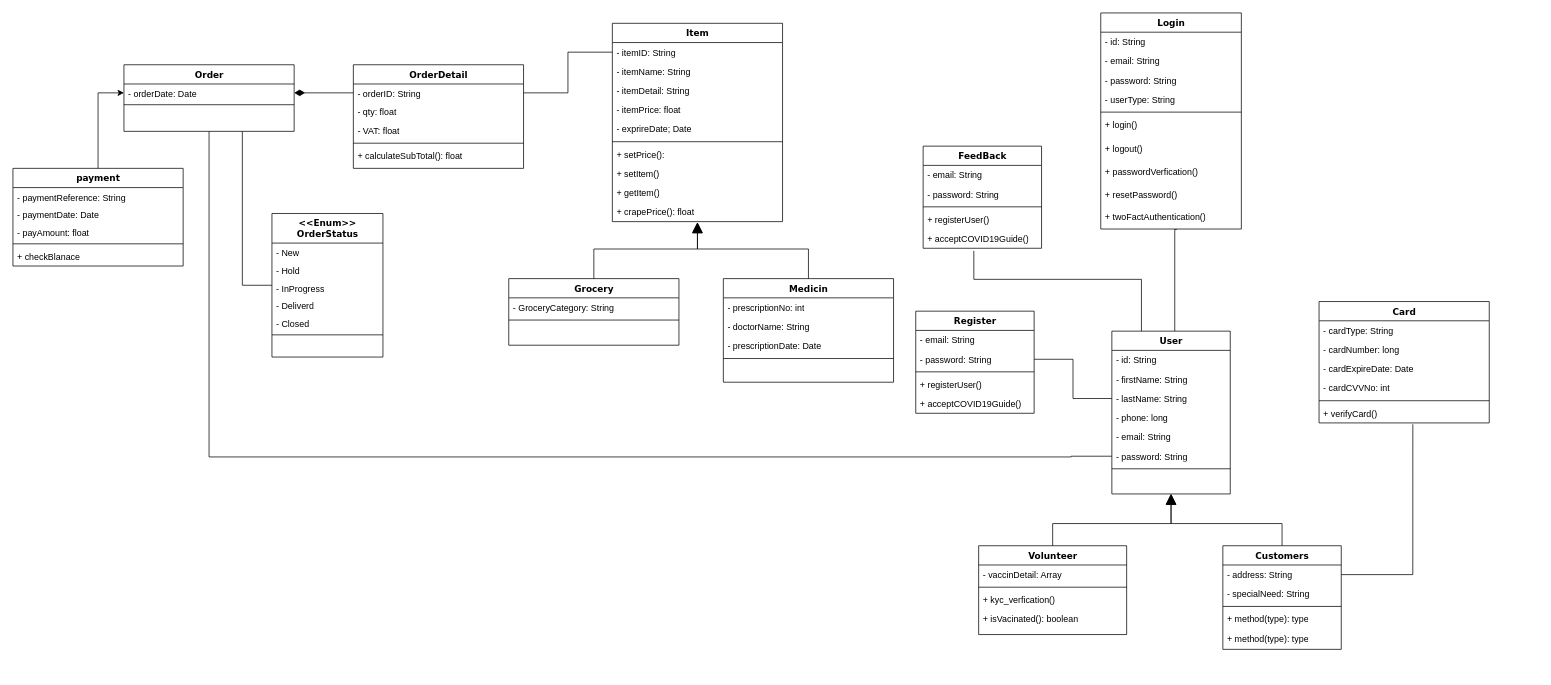
Above: Soft40091 CWK - Class Diagram.drawio in AnjeloM/AnjeloM (draw.io), before the change. Source tidied: cells renumbered, new cells numbered last; positions are measured from the earlier drawing's top-left corner, leaving out a move shared by most shapes. Both pictures are drawn from the tidied source at 74%, with x=0, y=0 at pixel (13, 13).
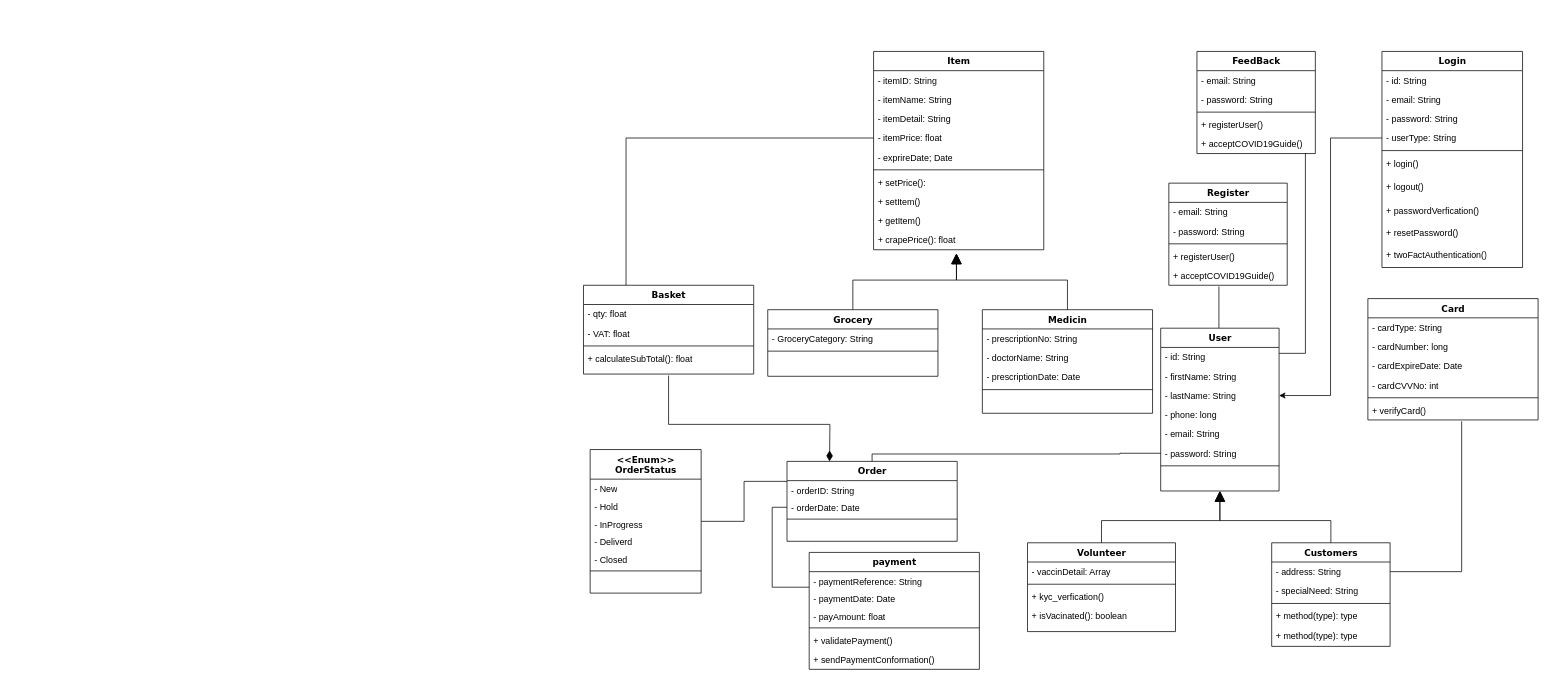
The same diagram, later.

Unchanged cells that the change refers to:
```xml
<mxCell id="7" value="- lastName: String" style="text;html=1;strokeColor=none;fillColor=none;align=left;verticalAlign=top;spacingLeft=4;spacingRight=4;whiteSpace=wrap;overflow=hidden;points=[[0,0.5],[1,0.5]];portConstraint=eastwest;" parent="4" vertex="1">
  <mxGeometry y="78" width="160" height="26" as="geometry" />
</mxCell>
<mxCell id="10" value="- password: String" style="text;html=1;strokeColor=none;fillColor=none;align=left;verticalAlign=top;spacingLeft=4;spacingRight=4;whiteSpace=wrap;overflow=hidden;points=[[0,0.5],[1,0.5]];portConstraint=eastwest;" parent="4" vertex="1">
  <mxGeometry y="156" width="160" height="26" as="geometry" />
</mxCell>
<mxCell id="14" value="- address: String" style="text;html=1;strokeColor=none;fillColor=none;align=left;verticalAlign=top;spacingLeft=4;spacingRight=4;whiteSpace=wrap;overflow=hidden;points=[[0,0.5],[1,0.5]];portConstraint=eastwest;" parent="13" vertex="1">
  <mxGeometry y="26" width="160" height="26" as="geometry" />
</mxCell>
<mxCell id="23" value="- userType: String" style="text;html=1;strokeColor=none;fillColor=none;align=left;verticalAlign=top;spacingLeft=4;spacingRight=4;whiteSpace=wrap;overflow=hidden;points=[[0,0.5],[1,0.5]];portConstraint=eastwest;" parent="19" vertex="1">
  <mxGeometry y="104" width="190" height="26" as="geometry" />
</mxCell>
<mxCell id="29" value="+ twoFactAuthentication()" style="text;html=1;strokeColor=none;fillColor=none;align=left;verticalAlign=top;spacingLeft=4;spacingRight=4;whiteSpace=wrap;overflow=hidden;points=[[0,0.5],[1,0.5]];portConstraint=eastwest;" parent="19" vertex="1">
  <mxGeometry y="262" width="190" height="30" as="geometry" />
</mxCell>
<mxCell id="42" value="+ verifyCard()" style="text;html=1;strokeColor=none;fillColor=none;align=left;verticalAlign=top;spacingLeft=4;spacingRight=4;whiteSpace=wrap;overflow=hidden;points=[[0,0.5],[1,0.5]];portConstraint=eastwest;" parent="36" vertex="1">
  <mxGeometry y="138" width="230" height="26" as="geometry" />
</mxCell>
<mxCell id="45" value="- password: String" style="text;html=1;strokeColor=none;fillColor=none;align=left;verticalAlign=top;spacingLeft=4;spacingRight=4;whiteSpace=wrap;overflow=hidden;points=[[0,0.5],[1,0.5]];portConstraint=eastwest;" parent="43" vertex="1">
  <mxGeometry y="52" width="160" height="26" as="geometry" />
</mxCell>
<mxCell id="48" value="+ acceptCOVID19Guide()" style="text;html=1;strokeColor=none;fillColor=none;align=left;verticalAlign=top;spacingLeft=4;spacingRight=4;whiteSpace=wrap;overflow=hidden;points=[[0,0.5],[1,0.5]];portConstraint=eastwest;" parent="43" vertex="1">
  <mxGeometry y="112" width="160" height="26" as="geometry" />
</mxCell>
<mxCell id="51" value="- itemID: String" style="text;html=1;strokeColor=none;fillColor=none;align=left;verticalAlign=top;spacingLeft=4;spacingRight=4;whiteSpace=wrap;overflow=hidden;points=[[0,0.5],[1,0.5]];portConstraint=eastwest;" parent="50" vertex="1">
  <mxGeometry y="26" width="230" height="26" as="geometry" />
</mxCell>
<mxCell id="54" value="- itemPrice: float" style="text;html=1;strokeColor=none;fillColor=none;align=left;verticalAlign=top;spacingLeft=4;spacingRight=4;whiteSpace=wrap;overflow=hidden;points=[[0,0.5],[1,0.5]];portConstraint=eastwest;" parent="50" vertex="1">
  <mxGeometry y="104" width="230" height="26" as="geometry" />
</mxCell>
<mxCell id="106" value="+ acceptCOVID19Guide()" style="text;html=1;strokeColor=none;fillColor=none;align=left;verticalAlign=top;spacingLeft=4;spacingRight=4;whiteSpace=wrap;overflow=hidden;points=[[0,0.5],[1,0.5]];portConstraint=eastwest;" parent="101" vertex="1">
  <mxGeometry y="112" width="160" height="26" as="geometry" />
</mxCell>
```

The edit, as a diff of the source:
```diff
@@
-    <mxCell id="2" style="edgeStyle=orthogonalEdgeStyle;rounded=0;jettySize=auto;html=1;entryX=0.541;entryY=1.017;entryDx=0;entryDy=0;entryPerimeter=0;endArrow=none;endFill=0;startArrow=none;startFill=0;endSize=12;startSize=12;" parent="1" edge="1" source="4" target="29">
-      <mxGeometry relative="1" as="geometry">
-        <Array as="points">
-          <mxPoint x="1570" y="293" />
-        </Array>
-      </mxGeometry>
-    </mxCell>
-    <mxCell id="3" style="edgeStyle=orthogonalEdgeStyle;rounded=0;jettySize=auto;html=1;exitX=0.25;exitY=0;exitDx=0;exitDy=0;entryX=0.428;entryY=1.134;entryDx=0;entryDy=0;entryPerimeter=0;endArrow=none;endFill=0;" parent="1" edge="1" source="4" target="106">
-      <mxGeometry relative="1" as="geometry">
-        <Array as="points">
-          <mxPoint x="1525" y="360" />
-          <mxPoint x="1299" y="360" />
-        </Array>
-      </mxGeometry>
-    </mxCell>
     <mxCell id="4" value="User" style="swimlane;html=1;fontStyle=1;align=center;verticalAlign=top;horizontal=1;startSize=26;swimlaneFillColor=#ffffff;rounded=0;shadow=0;comic=0;labelBackgroundColor=none;strokeWidth=1;fillColor=none;fontFamily=Verdana;fontSize=12;" parent="1" vertex="1">
-      <mxGeometry x="1485" y="430" width="160" height="220" as="geometry" />
+      <mxGeometry x="1551" y="426" width="160" height="220" as="geometry" />
     </mxCell>
@@
     <mxCell id="13" value="Customers" style="swimlane;html=1;fontStyle=1;align=center;verticalAlign=top;horizontal=1;startSize=26;swimlaneFillColor=#ffffff;rounded=0;shadow=0;comic=0;labelBackgroundColor=none;strokeWidth=1;fillColor=none;fontFamily=Verdana;fontSize=12;" parent="1" vertex="1">
-      <mxGeometry x="1635" y="720" width="160" height="140" as="geometry" />
+      <mxGeometry x="1701" y="716" width="160" height="140" as="geometry" />
     </mxCell>
@@
     <mxCell id="19" value="Login" style="swimlane;html=1;fontStyle=1;align=center;verticalAlign=top;horizontal=1;startSize=26;swimlaneFillColor=#ffffff;rounded=0;shadow=0;comic=0;labelBackgroundColor=none;strokeWidth=1;fillColor=none;fontFamily=Verdana;fontSize=12;" parent="1" vertex="1">
-      <mxGeometry x="1470" width="190" height="292" as="geometry" />
+      <mxGeometry x="1850" y="52" width="190" height="292" as="geometry" />
     </mxCell>
@@
     <mxCell id="31" value="Volunteer" style="swimlane;html=1;fontStyle=1;align=center;verticalAlign=top;horizontal=1;startSize=26;swimlaneFillColor=#ffffff;rounded=0;shadow=0;comic=0;labelBackgroundColor=none;strokeWidth=1;fillColor=none;fontFamily=Verdana;fontSize=12;" parent="1" vertex="1">
-      <mxGeometry x="1305" y="720" width="200" height="120" as="geometry" />
+      <mxGeometry x="1371" y="716" width="200" height="120" as="geometry" />
     </mxCell>
@@
     <mxCell id="36" value="Card" style="swimlane;html=1;fontStyle=1;align=center;verticalAlign=top;horizontal=1;startSize=26;swimlaneFillColor=#ffffff;rounded=0;shadow=0;comic=0;labelBackgroundColor=none;strokeWidth=1;fillColor=none;fontFamily=Verdana;fontSize=12;" parent="1" vertex="1">
-      <mxGeometry x="1765" y="390" width="230" height="164" as="geometry" />
+      <mxGeometry x="1831" y="386" width="230" height="164" as="geometry" />
     </mxCell>
@@
     <mxCell id="43" value="Register" style="swimlane;html=1;fontStyle=1;align=center;verticalAlign=top;horizontal=1;startSize=26;swimlaneFillColor=#ffffff;rounded=0;shadow=0;comic=0;labelBackgroundColor=none;strokeWidth=1;fillColor=none;fontFamily=Verdana;fontSize=12;" parent="1" vertex="1">
-      <mxGeometry x="1220" y="403" width="160" height="138" as="geometry" />
+      <mxGeometry x="1562" y="230" width="160" height="138" as="geometry" />
     </mxCell>
@@
     <mxCell id="49" style="edgeStyle=orthogonalEdgeStyle;rounded=0;jettySize=auto;html=1;entryX=0.551;entryY=1.071;entryDx=0;entryDy=0;entryPerimeter=0;endArrow=none;endFill=0;startSize=12;endSize=12;startArrow=none;startFill=0;" parent="1" edge="1" source="14" target="42">
       <mxGeometry relative="1" as="geometry">
         <Array as="points">
-          <mxPoint x="1892" y="759" />
+          <mxPoint x="1958" y="755" />
         </Array>
       </mxGeometry>
     </mxCell>
     <mxCell id="50" value="Item" style="swimlane;html=1;fontStyle=1;align=center;verticalAlign=top;horizontal=1;startSize=26;swimlaneFillColor=#ffffff;rounded=0;shadow=0;comic=0;labelBackgroundColor=none;strokeWidth=1;fillColor=none;fontFamily=Verdana;fontSize=12;" parent="1" vertex="1">
-      <mxGeometry x="810" y="14" width="230" height="268" as="geometry" />
+      <mxGeometry x="1163" y="52" width="230" height="268" as="geometry" />
     </mxCell>
@@
     <mxCell id="61" style="edgeStyle=orthogonalEdgeStyle;rounded=0;jettySize=auto;html=1;entryX=0.5;entryY=1;entryDx=0;entryDy=0;endSize=12;startSize=12;endArrow=block;endFill=1;" parent="1" edge="1" source="62">
       <mxGeometry relative="1" as="geometry">
-        <mxPoint x="925" y="283" as="targetPoint" />
+        <mxPoint x="1275" y="325" as="targetPoint" />
         <Array as="points">
-          <mxPoint x="1075" y="319" />
-          <mxPoint x="925" y="319" />
+          <mxPoint x="1425" y="361" />
+          <mxPoint x="1275" y="361" />
         </Array>
       </mxGeometry>
     </mxCell>
     <mxCell id="62" value="Medicin" style="swimlane;html=1;fontStyle=1;align=center;verticalAlign=top;horizontal=1;startSize=26;swimlaneFillColor=#ffffff;rounded=0;shadow=0;comic=0;labelBackgroundColor=none;strokeWidth=1;fillColor=none;fontFamily=Verdana;fontSize=12;" parent="1" vertex="1">
-      <mxGeometry x="960" y="359" width="230" height="140" as="geometry" />
+      <mxGeometry x="1310" y="401" width="230" height="140" as="geometry" />
     </mxCell>
-    <mxCell id="63" value="- prescriptionNo: int" style="text;html=1;strokeColor=none;fillColor=none;align=left;verticalAlign=top;spacingLeft=4;spacingRight=4;whiteSpace=wrap;overflow=hidden;" parent="62" vertex="1">
+    <mxCell id="63" value="- prescriptionNo: String" style="text;html=1;strokeColor=none;fillColor=none;align=left;verticalAlign=top;spacingLeft=4;spacingRight=4;whiteSpace=wrap;overflow=hidden;" parent="62" vertex="1">
       <mxGeometry y="26" width="230" height="26" as="geometry" />
     </mxCell>
@@
     <mxCell id="68" value="Grocery" style="swimlane;html=1;fontStyle=1;align=center;verticalAlign=top;horizontal=1;startSize=26;swimlaneFillColor=#ffffff;rounded=0;shadow=0;comic=0;labelBackgroundColor=none;strokeWidth=1;fillColor=none;fontFamily=Verdana;fontSize=12;" parent="1" vertex="1">
-      <mxGeometry x="670" y="359" width="230" height="90" as="geometry" />
+      <mxGeometry x="1020" y="401" width="230" height="90" as="geometry" />
     </mxCell>
@@
     <mxCell id="72" style="edgeStyle=orthogonalEdgeStyle;rounded=0;jettySize=auto;html=1;entryX=0.5;entryY=1;entryDx=0;entryDy=0;endSize=12;startSize=12;endArrow=block;endFill=1;" parent="1" edge="1" source="68">
       <mxGeometry relative="1" as="geometry">
-        <mxPoint x="925" y="283" as="targetPoint" />
+        <mxPoint x="1275" y="325" as="targetPoint" />
         <Array as="points">
-          <mxPoint x="785" y="319" />
-          <mxPoint x="925" y="319" />
+          <mxPoint x="1135" y="361" />
+          <mxPoint x="1275" y="361" />
         </Array>
       </mxGeometry>
     </mxCell>
-    <mxCell id="73" value="OrderDetail" style="swimlane;html=1;fontStyle=1;align=center;verticalAlign=top;horizontal=1;startSize=26;swimlaneFillColor=#ffffff;rounded=0;shadow=0;comic=0;labelBackgroundColor=none;strokeWidth=1;fillColor=none;fontFamily=Verdana;fontSize=12;" parent="1" vertex="1">
-      <mxGeometry x="460" y="70" width="230" height="140" as="geometry" />
+    <mxCell id="73" value="Basket" style="swimlane;html=1;fontStyle=1;align=center;verticalAlign=top;horizontal=1;startSize=26;swimlaneFillColor=#ffffff;rounded=0;shadow=0;comic=0;labelBackgroundColor=none;strokeWidth=1;fillColor=none;fontFamily=Verdana;fontSize=12;" parent="1" vertex="1">
+      <mxGeometry x="771" y="368" width="230" height="120" as="geometry" />
     </mxCell>
-    <mxCell id="74" value="- orderID: String" style="text;html=1;strokeColor=none;fillColor=none;align=left;verticalAlign=top;spacingLeft=4;spacingRight=4;whiteSpace=wrap;overflow=hidden;points=[[0,0.5],[1,0.5]];portConstraint=eastwest;" parent="73" vertex="1">
-      <mxGeometry y="26" width="230" height="24" as="geometry" />
-    </mxCell>
     <mxCell id="75" value="- qty: float" style="text;html=1;strokeColor=none;fillColor=none;align=left;verticalAlign=top;spacingLeft=4;spacingRight=4;whiteSpace=wrap;overflow=hidden;" parent="73" vertex="1">
-      <mxGeometry y="50" width="230" height="26" as="geometry" />
+      <mxGeometry y="26" width="230" height="26" as="geometry" />
     </mxCell>
     <mxCell id="76" value="- VAT: float" style="text;html=1;strokeColor=none;fillColor=none;align=left;verticalAlign=top;spacingLeft=4;spacingRight=4;whiteSpace=wrap;overflow=hidden;" parent="73" vertex="1">
-      <mxGeometry y="76" width="230" height="26" as="geometry" />
+      <mxGeometry y="52" width="230" height="26" as="geometry" />
     </mxCell>
     <mxCell id="77" style="line;html=1;strokeWidth=1;fillColor=none;align=left;verticalAlign=middle;spacingTop=-1;spacingLeft=3;spacingRight=3;labelPosition=right;" parent="73" vertex="1">
-      <mxGeometry y="102" width="230" height="8" as="geometry" />
+      <mxGeometry y="78" width="230" height="8" as="geometry" />
     </mxCell>
     <mxCell id="78" value="+ calculateSubTotal(): float" style="text;html=1;strokeColor=none;fillColor=none;align=left;verticalAlign=top;spacingLeft=4;spacingRight=4;whiteSpace=wrap;overflow=hidden;" parent="73" vertex="1">
-      <mxGeometry y="110" width="230" height="26" as="geometry" />
+      <mxGeometry y="86" width="230" height="26" as="geometry" />
     </mxCell>
     <mxCell id="79" value="Order" style="swimlane;html=1;fontStyle=1;align=center;verticalAlign=top;horizontal=1;startSize=26;swimlaneFillColor=#ffffff;rounded=0;shadow=0;comic=0;labelBackgroundColor=none;strokeWidth=1;fillColor=none;fontFamily=Verdana;fontSize=12;" parent="1" vertex="1">
-      <mxGeometry x="150" y="70" width="230" height="90" as="geometry" />
+      <mxGeometry x="1046" y="606" width="230" height="108" as="geometry" />
     </mxCell>
+    <mxCell id="74" value="- orderID: String" style="text;html=1;strokeColor=none;fillColor=none;align=left;verticalAlign=top;spacingLeft=4;spacingRight=4;whiteSpace=wrap;overflow=hidden;points=[[0,0.5],[1,0.5]];portConstraint=eastwest;" parent="79" vertex="1">
+      <mxGeometry y="26" width="230" height="24" as="geometry" />
+    </mxCell>
     <mxCell id="80" value="- orderDate: Date" style="text;html=1;strokeColor=none;fillColor=none;align=left;verticalAlign=top;spacingLeft=4;spacingRight=4;whiteSpace=wrap;overflow=hidden;points=[[0,0.5],[1,0.5]];portConstraint=eastwest;" parent="79" vertex="1">
-      <mxGeometry y="26" width="230" height="24" as="geometry" />
+      <mxGeometry y="50" width="230" height="24" as="geometry" />
     </mxCell>
     <mxCell id="81" style="line;html=1;strokeWidth=1;fillColor=none;align=left;verticalAlign=middle;spacingTop=-1;spacingLeft=3;spacingRight=3;labelPosition=right;" parent="79" vertex="1">
-      <mxGeometry y="50" width="230" height="8" as="geometry" />
+      <mxGeometry y="74" width="230" height="8" as="geometry" />
     </mxCell>
     <mxCell id="82" value="&amp;nbsp;" style="text;html=1;strokeColor=none;fillColor=none;align=left;verticalAlign=top;spacingLeft=4;spacingRight=4;whiteSpace=wrap;overflow=hidden;" parent="79" vertex="1">
-      <mxGeometry y="58" width="230" height="26" as="geometry" />
+      <mxGeometry y="82" width="230" height="26" as="geometry" />
     </mxCell>
-    <mxCell id="83" style="rounded=0;jettySize=auto;html=1;entryX=1;entryY=0.5;entryDx=0;entryDy=0;endArrow=diamondThin;endFill=1;endSize=12;startSize=12;" parent="1" edge="1" source="74" target="80">
-      <mxGeometry relative="1" as="geometry" />
+    <mxCell id="83" style="rounded=0;jettySize=auto;html=1;entryX=0.25;entryY=0;entryDx=0;entryDy=0;endArrow=diamondThin;endFill=1;endSize=12;startSize=12;" parent="1" edge="1" target="79">
+      <mxGeometry relative="1" as="geometry">
+        <mxPoint x="886" y="490" as="sourcePoint" />
+        <Array as="points">
+          <mxPoint x="886" y="556" />
+          <mxPoint x="1104" y="556" />
+        </Array>
+      </mxGeometry>
     </mxCell>
-    <mxCell id="84" style="edgeStyle=orthogonalEdgeStyle;rounded=0;jettySize=auto;html=1;entryX=1;entryY=0.5;entryDx=0;entryDy=0;endArrow=none;endFill=0;" parent="1" edge="1" source="51" target="74">
-      <mxGeometry relative="1" as="geometry" />
-    </mxCell>
-    <mxCell id="85" style="edgeStyle=orthogonalEdgeStyle;rounded=0;jettySize=auto;html=1;endArrow=none;endFill=0;startArrow=none;startFill=0;endSize=12;startSize=12;" parent="1" edge="1" source="86">
-      <mxGeometry relative="1" as="geometry">
-        <mxPoint x="310" y="160" as="targetPoint" />
-        <Array as="points">
-          <mxPoint x="310" y="368" />
-        </Array>
-      </mxGeometry>
-    </mxCell>
+    <mxCell id="109" style="edgeStyle=orthogonalEdgeStyle;rounded=0;jettySize=auto;html=1;entryX=0;entryY=0.25;entryDx=0;entryDy=0;endArrow=none;endFill=0;" parent="1" edge="1" source="86" target="79">
+      <mxGeometry relative="1" as="geometry" />
+    </mxCell>
     <mxCell id="86" value="&amp;lt;&amp;lt;Enum&amp;gt;&amp;gt;&lt;div&gt;OrderStatus&lt;/div&gt;" style="swimlane;html=1;fontStyle=1;align=center;verticalAlign=top;horizontal=1;startSize=40;swimlaneFillColor=#ffffff;rounded=0;shadow=0;comic=0;labelBackgroundColor=none;strokeWidth=1;fillColor=none;fontFamily=Verdana;fontSize=12;" parent="1" vertex="1">
-      <mxGeometry x="350" y="271" width="150" height="194" as="geometry" />
+      <mxGeometry x="780" y="590" width="150" height="194" as="geometry" />
     </mxCell>
@@
-    <mxCell id="94" style="edgeStyle=orthogonalEdgeStyle;rounded=0;jettySize=auto;html=1;entryX=0;entryY=0.5;entryDx=0;entryDy=0;" parent="1" edge="1" source="95" target="80">
-      <mxGeometry relative="1" as="geometry" />
+    <mxCell id="94" style="edgeStyle=orthogonalEdgeStyle;rounded=0;jettySize=auto;html=1;entryX=0;entryY=0.5;entryDx=0;entryDy=0;endArrow=none;endFill=0;" parent="1" edge="1" source="95" target="80">
+      <mxGeometry relative="1" as="geometry">
+        <Array as="points">
+          <mxPoint x="1026" y="776" />
+          <mxPoint x="1026" y="668" />
+        </Array>
+      </mxGeometry>
     </mxCell>
     <mxCell id="95" value="payment" style="swimlane;html=1;fontStyle=1;align=center;verticalAlign=top;horizontal=1;startSize=26;swimlaneFillColor=#ffffff;rounded=0;shadow=0;comic=0;labelBackgroundColor=none;strokeWidth=1;fillColor=none;fontFamily=Verdana;fontSize=12;" parent="1" vertex="1">
-      <mxGeometry y="210" width="230" height="132" as="geometry" />
+      <mxGeometry x="1076" y="729" width="230" height="158" as="geometry" />
     </mxCell>
@@
-    <mxCell id="100" value="+ checkBlanace" style="text;html=1;strokeColor=none;fillColor=none;align=left;verticalAlign=top;spacingLeft=4;spacingRight=4;whiteSpace=wrap;overflow=hidden;" parent="95" vertex="1">
+    <mxCell id="100" value="+ validatePayment()" style="text;html=1;strokeColor=none;fillColor=none;align=left;verticalAlign=top;spacingLeft=4;spacingRight=4;whiteSpace=wrap;overflow=hidden;" parent="95" vertex="1">
       <mxGeometry y="106" width="230" height="26" as="geometry" />
     </mxCell>
+    <mxCell id="110" value="+ sendPaymentConformation()" style="text;html=1;strokeColor=none;fillColor=none;align=left;verticalAlign=top;spacingLeft=4;spacingRight=4;whiteSpace=wrap;overflow=hidden;" parent="95" vertex="1">
+      <mxGeometry y="132" width="230" height="26" as="geometry" />
+    </mxCell>
     <mxCell id="101" value="FeedBack" style="swimlane;html=1;fontStyle=1;align=center;verticalAlign=top;horizontal=1;startSize=26;swimlaneFillColor=#ffffff;rounded=0;shadow=0;comic=0;labelBackgroundColor=none;strokeWidth=1;fillColor=none;fontFamily=Verdana;fontSize=12;" parent="1" vertex="1">
-      <mxGeometry x="1230" y="180" width="160" height="138" as="geometry" />
+      <mxGeometry x="1600" y="52" width="160" height="138" as="geometry" />
     </mxCell>
@@
-    <mxCell id="107" style="edgeStyle=orthogonalEdgeStyle;rounded=0;jettySize=auto;html=1;entryX=0.5;entryY=1;entryDx=0;entryDy=0;exitX=0;exitY=0.5;exitDx=0;exitDy=0;endArrow=none;endFill=0;" parent="1" edge="1" source="10" target="79">
+    <mxCell id="107" style="edgeStyle=orthogonalEdgeStyle;rounded=0;jettySize=auto;html=1;entryX=0.5;entryY=0;entryDx=0;entryDy=0;exitX=0;exitY=0.5;exitDx=0;exitDy=0;endArrow=none;endFill=0;" parent="1" edge="1" source="10" target="79">
       <mxGeometry relative="1" as="geometry">
         <Array as="points">
-          <mxPoint x="1430" y="599" />
-          <mxPoint x="265" y="600" />
+          <mxPoint x="1496" y="595" />
+          <mxPoint x="1161" y="596" />
         </Array>
       </mxGeometry>
     </mxCell>
-    <mxCell id="108" style="edgeStyle=orthogonalEdgeStyle;rounded=0;jettySize=auto;html=1;entryX=1;entryY=0.5;entryDx=0;entryDy=0;endArrow=none;endFill=0;" parent="1" edge="1" source="7" target="45">
-      <mxGeometry relative="1" as="geometry" />
-    </mxCell>
+    <mxCell id="111" style="edgeStyle=orthogonalEdgeStyle;rounded=0;jettySize=auto;html=1;entryX=1;entryY=0.5;entryDx=0;entryDy=0;" parent="1" edge="1" source="23" target="7">
+      <mxGeometry relative="1" as="geometry" />
+    </mxCell>
+    <mxCell id="3" style="edgeStyle=orthogonalEdgeStyle;rounded=0;jettySize=auto;html=1;entryX=0.916;entryY=0.98;entryDx=0;entryDy=0;entryPerimeter=0;endArrow=none;endFill=0;" parent="1" edge="1" source="4" target="106">
+      <mxGeometry relative="1" as="geometry">
+        <Array as="points">
+          <mxPoint x="1747" y="460" />
+        </Array>
+      </mxGeometry>
+    </mxCell>
+    <mxCell id="112" style="edgeStyle=orthogonalEdgeStyle;rounded=0;jettySize=auto;html=1;entryX=0.423;entryY=1.057;entryDx=0;entryDy=0;entryPerimeter=0;endArrow=none;endFill=0;" parent="1" edge="1" source="4" target="48">
+      <mxGeometry relative="1" as="geometry">
+        <Array as="points">
+          <mxPoint x="1630" y="369" />
+        </Array>
+      </mxGeometry>
+    </mxCell>
+    <mxCell id="113" style="edgeStyle=orthogonalEdgeStyle;rounded=0;jettySize=auto;html=1;entryX=0.25;entryY=0;entryDx=0;entryDy=0;endArrow=none;endFill=0;" parent="1" edge="1" source="54" target="73">
+      <mxGeometry relative="1" as="geometry" />
+    </mxCell>
```
